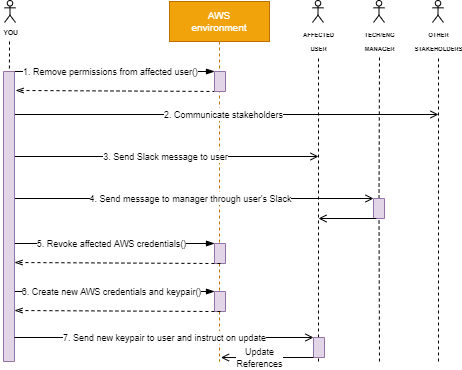
Above: seqdiagram.png in aasitamk/aasitamk.github.io (draw.io), before the change. Source tidied: cells renumbered, new cells last; positions are measured from the earlier drawing's top-left corner, leaving out a move shared by most shapes. The source it was exported from:
```xml
<mxGraphModel>
  <root>
    <mxCell id="0" />
    <mxCell id="1" parent="0" />
    <mxCell id="2" value="&lt;font style=&quot;font-size: 9px&quot;&gt;6. Create new AWS credentials and keypair()&lt;/font&gt;" style="endArrow=blockThin;html=1;shadow=0;fontFamily=Helvetica;fontSize=11;fontColor=#000000;align=center;startSize=8;strokeColor=#000000;strokeWidth=1;entryX=0;entryY=1;entryDx=0;entryDy=0;endFill=1;" parent="1" edge="1" target="22">
      <mxGeometry relative="1" as="geometry">
        <mxPoint x="6" y="291" as="sourcePoint" />
      </mxGeometry>
    </mxCell>
    <mxCell id="3" style="endArrow=none;dashed=1;html=1;" parent="1" edge="1">
      <mxGeometry relative="1" as="geometry">
        <mxPoint x="315" y="361" as="sourcePoint" />
        <mxPoint x="315" y="55" as="targetPoint" />
      </mxGeometry>
    </mxCell>
    <mxCell id="4" value="AWS&#10;environment" style="shape=umlLifeline;perimeter=lifelinePerimeter;rounded=0;shadow=0;strokeWidth=1;fontSize=10;fillColor=#f0a30a;strokeColor=#BD7000;fontColor=#ffffff;" parent="1" vertex="1">
      <mxGeometry x="166" y="1" width="100" height="360" as="geometry" />
    </mxCell>
    <mxCell id="5" value="&lt;font style=&quot;font-size: 9px&quot;&gt;1. Remove permissions from affected user()&lt;/font&gt;" style="endArrow=blockThin;html=1;shadow=0;fontFamily=Helvetica;fontSize=10;fontColor=#000000;align=center;startSize=8;strokeColor=#000000;strokeWidth=1;entryX=0;entryY=1;entryDx=0;entryDy=0;endFill=1;" parent="1" edge="1" target="7">
      <mxGeometry relative="1" as="geometry">
        <mxPoint x="4" y="71" as="sourcePoint" />
      </mxGeometry>
    </mxCell>
    <mxCell id="6" style="endArrow=openThin;html=1;dashed=1;endFill=0;entryX=0.069;entryY=-0.02;entryDx=0;entryDy=0;entryPerimeter=0;" parent="1" edge="1">
      <mxGeometry relative="1" as="geometry">
        <mxPoint x="218" y="91" as="sourcePoint" />
        <mxPoint x="12.1" y="90" as="targetPoint" />
      </mxGeometry>
    </mxCell>
    <mxCell id="7" style="rounded=0;whiteSpace=wrap;html=1;direction=south;strokeWidth=1;fillColor=#e1d5e7;strokeColor=#9673a6;" parent="1" vertex="1">
      <mxGeometry x="211" y="71" width="11" height="20" as="geometry" />
    </mxCell>
    <mxCell id="8" style="endArrow=none;dashed=1;html=1;" parent="1" edge="1" target="15">
      <mxGeometry relative="1" as="geometry">
        <mxPoint x="6" y="41" as="sourcePoint" />
      </mxGeometry>
    </mxCell>
    <mxCell id="9" value="&lt;font style=&quot;font-size: 8px&quot;&gt;&lt;b style=&quot;font-size: 8px&quot;&gt;&lt;sup&gt;YOU&lt;/sup&gt;&lt;/b&gt;&lt;/font&gt;" style="shape=umlActor;verticalLabelPosition=bottom;verticalAlign=top;html=1;fontSize=8;" parent="1" vertex="1">
      <mxGeometry x="1" width="11" height="22" as="geometry" />
    </mxCell>
    <mxCell id="10" value="&lt;font style=&quot;font-size: 8px&quot;&gt;&lt;b style=&quot;font-size: 7px&quot;&gt;&lt;sup style=&quot;line-height: 100%&quot;&gt;AFFECTED&lt;br style=&quot;font-size: 7px&quot;&gt;USER&lt;/sup&gt;&lt;/b&gt;&lt;/font&gt;" style="shape=umlActor;verticalLabelPosition=bottom;verticalAlign=top;html=1;" parent="1" vertex="1">
      <mxGeometry x="309" width="11" height="22" as="geometry" />
    </mxCell>
    <mxCell id="11" value="&lt;font style=&quot;font-size: 9px&quot;&gt;2. Communicate stakeholders&lt;/font&gt;" style="endArrow=open;html=1;shadow=0;fontFamily=Helvetica;fontSize=11;fontColor=#000000;align=center;startSize=8;endFill=0;strokeColor=#000000;strokeWidth=1;" parent="1" edge="1">
      <mxGeometry relative="1" as="geometry">
        <mxPoint x="5" y="114" as="sourcePoint" />
        <mxPoint x="435" y="114" as="targetPoint" />
      </mxGeometry>
    </mxCell>
    <mxCell id="12" value="&lt;font style=&quot;font-size: 9px&quot;&gt;3. Send Slack message to user&lt;/font&gt;" style="endArrow=open;html=1;shadow=0;fontFamily=Helvetica;fontSize=11;fontColor=#000000;align=center;startSize=8;endFill=0;strokeColor=#000000;strokeWidth=1;" parent="1" edge="1">
      <mxGeometry relative="1" as="geometry">
        <mxPoint x="9" y="156" as="sourcePoint" />
        <mxPoint x="315" y="156" as="targetPoint" />
      </mxGeometry>
    </mxCell>
    <mxCell id="13" value="&lt;font style=&quot;font-size: 9px&quot;&gt;4. Send message to manager through user's Slack&lt;/font&gt;" style="endArrow=open;html=1;shadow=0;fontFamily=Helvetica;fontSize=11;fontColor=#000000;align=center;startSize=8;endFill=0;strokeColor=#000000;strokeWidth=1;" parent="1" edge="1">
      <mxGeometry relative="1" as="geometry">
        <mxPoint x="5" y="198" as="sourcePoint" />
        <mxPoint x="370" y="198" as="targetPoint" />
      </mxGeometry>
    </mxCell>
    <mxCell id="14" value="&lt;font style=&quot;font-size: 9px&quot;&gt;5. Revoke affected AWS credentials()&lt;/font&gt;" style="endArrow=blockThin;html=1;shadow=0;fontFamily=Helvetica;fontSize=11;fontColor=#000000;align=center;startSize=8;strokeColor=#000000;strokeWidth=1;endFill=1;" parent="1" edge="1">
      <mxGeometry relative="1" as="geometry">
        <mxPoint x="6" y="243" as="sourcePoint" />
        <mxPoint x="211" y="243" as="targetPoint" />
      </mxGeometry>
    </mxCell>
    <mxCell id="15" style="rounded=0;whiteSpace=wrap;html=1;direction=south;strokeWidth=1;fillColor=#e1d5e7;strokeColor=#9673a6;" parent="1" vertex="1">
      <mxGeometry y="71" width="11" height="290" as="geometry" />
    </mxCell>
    <mxCell id="16" style="endArrow=none;dashed=1;html=1;" parent="1" edge="1" source="26">
      <mxGeometry relative="1" as="geometry">
        <mxPoint x="376" y="55" as="targetPoint" />
      </mxGeometry>
    </mxCell>
    <mxCell id="17" value="&lt;span style=&quot;font-size: 5px&quot;&gt;&lt;b style=&quot;font-size: 7px&quot;&gt;&lt;sup&gt;TECH/ENG&lt;br style=&quot;font-size: 7px&quot;&gt;MANAGER&lt;/sup&gt;&lt;/b&gt;&lt;/span&gt;" style="shape=umlActor;verticalLabelPosition=bottom;verticalAlign=top;html=1;" parent="1" vertex="1">
      <mxGeometry x="370" width="11" height="22" as="geometry" />
    </mxCell>
    <mxCell id="18" style="endArrow=none;dashed=1;html=1;" parent="1" edge="1">
      <mxGeometry relative="1" as="geometry">
        <mxPoint x="435" y="361" as="sourcePoint" />
        <mxPoint x="435" y="55" as="targetPoint" />
      </mxGeometry>
    </mxCell>
    <mxCell id="19" value="&lt;span style=&quot;font-size: 6px&quot;&gt;&lt;b style=&quot;font-size: 7px&quot;&gt;&lt;sup&gt;OTHER&lt;br style=&quot;font-size: 7px&quot;&gt;STAKEHOLDERS&lt;/sup&gt;&lt;/b&gt;&lt;/span&gt;" style="shape=umlActor;verticalLabelPosition=bottom;verticalAlign=top;html=1;" parent="1" vertex="1">
      <mxGeometry x="429" width="11" height="22" as="geometry" />
    </mxCell>
    <mxCell id="20" style="rounded=0;whiteSpace=wrap;html=1;direction=south;strokeWidth=1;fillColor=#e1d5e7;strokeColor=#9673a6;" parent="1" vertex="1">
      <mxGeometry x="211" y="243" width="11" height="20" as="geometry" />
    </mxCell>
    <mxCell id="21" style="endArrow=openThin;html=1;dashed=1;endFill=0;entryX=0.069;entryY=-0.02;entryDx=0;entryDy=0;entryPerimeter=0;" parent="1" edge="1">
      <mxGeometry relative="1" as="geometry">
        <mxPoint x="216.9" y="263" as="sourcePoint" />
        <mxPoint x="11" y="262" as="targetPoint" />
      </mxGeometry>
    </mxCell>
    <mxCell id="22" style="rounded=0;whiteSpace=wrap;html=1;direction=south;strokeWidth=1;fillColor=#e1d5e7;strokeColor=#9673a6;" parent="1" vertex="1">
      <mxGeometry x="211" y="291" width="11" height="20" as="geometry" />
    </mxCell>
    <mxCell id="23" style="endArrow=openThin;html=1;dashed=1;endFill=0;entryX=0.069;entryY=-0.02;entryDx=0;entryDy=0;entryPerimeter=0;" parent="1" edge="1">
      <mxGeometry relative="1" as="geometry">
        <mxPoint x="216.9" y="311" as="sourcePoint" />
        <mxPoint x="11" y="310" as="targetPoint" />
      </mxGeometry>
    </mxCell>
    <mxCell id="24" value="&lt;font style=&quot;font-size: 9px&quot;&gt;7. Send new keypair to user and instruct on update&lt;/font&gt;" style="endArrow=open;html=1;shadow=0;fontFamily=Helvetica;fontSize=11;fontColor=#000000;align=center;startSize=8;endFill=0;strokeColor=#000000;strokeWidth=1;entryX=0;entryY=1;entryDx=0;entryDy=0;" parent="1" edge="1" target="25">
      <mxGeometry relative="1" as="geometry">
        <mxPoint x="11" y="337" as="sourcePoint" />
      </mxGeometry>
    </mxCell>
    <mxCell id="25" style="rounded=0;whiteSpace=wrap;html=1;direction=south;strokeWidth=1;fillColor=#e1d5e7;strokeColor=#9673a6;" parent="1" vertex="1">
      <mxGeometry x="310" y="337" width="11" height="20" as="geometry" />
    </mxCell>
    <mxCell id="26" style="rounded=0;whiteSpace=wrap;html=1;direction=south;strokeWidth=1;fillColor=#e1d5e7;strokeColor=#9673a6;" parent="1" vertex="1">
      <mxGeometry x="370" y="198" width="11" height="20" as="geometry" />
    </mxCell>
    <mxCell id="27" style="endArrow=none;dashed=1;html=1;" parent="1" edge="1" target="26">
      <mxGeometry relative="1" as="geometry">
        <mxPoint x="376" y="361" as="sourcePoint" />
      </mxGeometry>
    </mxCell>
    <mxCell id="28" style="endArrow=open;html=1;fontSize=10;align=right;exitX=1;exitY=0.75;exitDx=0;exitDy=0;endFill=0;" parent="1" edge="1" source="26">
      <mxGeometry relative="1" as="geometry">
        <mxPoint x="315" y="218" as="targetPoint" />
      </mxGeometry>
    </mxCell>
    <mxCell id="29" value="&lt;font style=&quot;font-size: 9px&quot;&gt;Update&lt;br&gt;References&lt;/font&gt;" style="endArrow=open;html=1;fontSize=10;align=center;exitX=1;exitY=0.75;exitDx=0;exitDy=0;endFill=0;entryX=0.514;entryY=0.989;entryDx=0;entryDy=0;entryPerimeter=0;" parent="1" edge="1" target="4">
      <mxGeometry x="0.18" relative="1" as="geometry">
        <mxPoint x="310" y="357" as="sourcePoint" />
      </mxGeometry>
    </mxCell>
  </root>
</mxGraphModel>
```
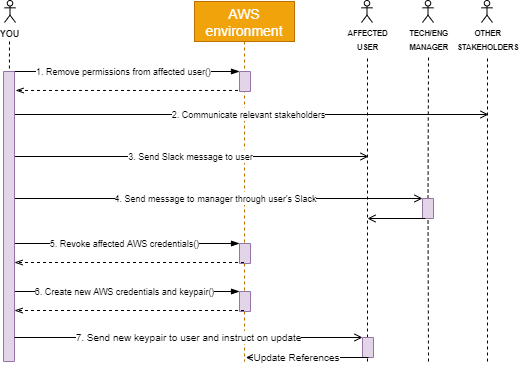
Above is the later version.

What changed in the source:
```diff
@@ -9,60 +9,57 @@
     </mxCell>
     <mxCell id="3" style="endArrow=none;dashed=1;html=1;" parent="1" edge="1">
       <mxGeometry relative="1" as="geometry">
-        <mxPoint x="315" y="361" as="sourcePoint" />
-        <mxPoint x="315" y="55" as="targetPoint" />
+        <mxPoint x="364" y="361" as="sourcePoint" />
+        <mxPoint x="364" y="55" as="targetPoint" />
       </mxGeometry>
     </mxCell>
-    <mxCell id="4" value="AWS&#10;environment" style="shape=umlLifeline;perimeter=lifelinePerimeter;rounded=0;shadow=0;strokeWidth=1;fontSize=10;fillColor=#f0a30a;strokeColor=#BD7000;fontColor=#ffffff;" parent="1" vertex="1">
-      <mxGeometry x="166" y="1" width="100" height="360" as="geometry" />
+    <mxCell id="4" value="AWS&#10;environment" style="shape=umlLifeline;perimeter=lifelinePerimeter;rounded=0;shadow=0;strokeWidth=1;fontSize=14;fillColor=#f0a30a;strokeColor=#BD7000;fontColor=#ffffff;" parent="1" vertex="1">
+      <mxGeometry x="191" y="1" width="100" height="360" as="geometry" />
     </mxCell>
     <mxCell id="5" value="&lt;font style=&quot;font-size: 9px&quot;&gt;1. Remove permissions from affected user()&lt;/font&gt;" style="endArrow=blockThin;html=1;shadow=0;fontFamily=Helvetica;fontSize=10;fontColor=#000000;align=center;startSize=8;strokeColor=#000000;strokeWidth=1;entryX=0;entryY=1;entryDx=0;entryDy=0;endFill=1;" parent="1" edge="1" target="7">
       <mxGeometry relative="1" as="geometry">
         <mxPoint x="4" y="71" as="sourcePoint" />
       </mxGeometry>
     </mxCell>
-    <mxCell id="6" style="endArrow=openThin;html=1;dashed=1;endFill=0;entryX=0.069;entryY=-0.02;entryDx=0;entryDy=0;entryPerimeter=0;" parent="1" edge="1">
+    <mxCell id="6" style="endArrow=openThin;html=1;dashed=1;endFill=0;entryX=0.069;entryY=-0.02;entryDx=0;entryDy=0;entryPerimeter=0;" parent="1" edge="1" source="4">
       <mxGeometry relative="1" as="geometry">
-        <mxPoint x="218" y="91" as="sourcePoint" />
         <mxPoint x="12.1" y="90" as="targetPoint" />
       </mxGeometry>
     </mxCell>
     <mxCell id="7" style="rounded=0;whiteSpace=wrap;html=1;direction=south;strokeWidth=1;fillColor=#e1d5e7;strokeColor=#9673a6;" parent="1" vertex="1">
-      <mxGeometry x="211" y="71" width="11" height="20" as="geometry" />
+      <mxGeometry x="236" y="71" width="11" height="20" as="geometry" />
     </mxCell>
     <mxCell id="8" style="endArrow=none;dashed=1;html=1;" parent="1" edge="1" target="15">
       <mxGeometry relative="1" as="geometry">
         <mxPoint x="6" y="41" as="sourcePoint" />
       </mxGeometry>
     </mxCell>
-    <mxCell id="9" value="&lt;font style=&quot;font-size: 8px&quot;&gt;&lt;b style=&quot;font-size: 8px&quot;&gt;&lt;sup&gt;YOU&lt;/sup&gt;&lt;/b&gt;&lt;/font&gt;" style="shape=umlActor;verticalLabelPosition=bottom;verticalAlign=top;html=1;fontSize=8;" parent="1" vertex="1">
+    <mxCell id="9" value="&lt;b&gt;&lt;sup&gt;&lt;font style=&quot;font-size: 9px&quot;&gt;YOU&lt;/font&gt;&lt;/sup&gt;&lt;/b&gt;" style="shape=umlActor;verticalLabelPosition=bottom;verticalAlign=top;html=1;fontSize=8;" parent="1" vertex="1">
       <mxGeometry x="1" width="11" height="22" as="geometry" />
     </mxCell>
-    <mxCell id="10" value="&lt;font style=&quot;font-size: 8px&quot;&gt;&lt;b style=&quot;font-size: 7px&quot;&gt;&lt;sup style=&quot;line-height: 100%&quot;&gt;AFFECTED&lt;br style=&quot;font-size: 7px&quot;&gt;USER&lt;/sup&gt;&lt;/b&gt;&lt;/font&gt;" style="shape=umlActor;verticalLabelPosition=bottom;verticalAlign=top;html=1;" parent="1" vertex="1">
-      <mxGeometry x="309" width="11" height="22" as="geometry" />
+    <mxCell id="10" value="&lt;font style=&quot;font-size: 8px&quot;&gt;&lt;b style=&quot;font-size: 9px&quot;&gt;&lt;sup style=&quot;line-height: 100%&quot;&gt;AFFECTED&lt;br style=&quot;font-size: 9px&quot;&gt;USER&lt;/sup&gt;&lt;/b&gt;&lt;/font&gt;" style="shape=umlActor;verticalLabelPosition=bottom;verticalAlign=top;html=1;" parent="1" vertex="1">
+      <mxGeometry x="358" width="11" height="22" as="geometry" />
     </mxCell>
-    <mxCell id="11" value="&lt;font style=&quot;font-size: 9px&quot;&gt;2. Communicate stakeholders&lt;/font&gt;" style="endArrow=open;html=1;shadow=0;fontFamily=Helvetica;fontSize=11;fontColor=#000000;align=center;startSize=8;endFill=0;strokeColor=#000000;strokeWidth=1;" parent="1" edge="1">
+    <mxCell id="11" value="&lt;font style=&quot;font-size: 9px&quot;&gt;2. Communicate relevant stakeholders&lt;/font&gt;" style="endArrow=open;html=1;shadow=0;fontFamily=Helvetica;fontSize=11;fontColor=#000000;align=center;startSize=8;endFill=0;strokeColor=#000000;strokeWidth=1;" parent="1" edge="1">
       <mxGeometry relative="1" as="geometry">
         <mxPoint x="5" y="114" as="sourcePoint" />
-        <mxPoint x="435" y="114" as="targetPoint" />
+        <mxPoint x="485" y="114" as="targetPoint" />
       </mxGeometry>
     </mxCell>
     <mxCell id="12" value="&lt;font style=&quot;font-size: 9px&quot;&gt;3. Send Slack message to user&lt;/font&gt;" style="endArrow=open;html=1;shadow=0;fontFamily=Helvetica;fontSize=11;fontColor=#000000;align=center;startSize=8;endFill=0;strokeColor=#000000;strokeWidth=1;" parent="1" edge="1">
       <mxGeometry relative="1" as="geometry">
         <mxPoint x="9" y="156" as="sourcePoint" />
-        <mxPoint x="315" y="156" as="targetPoint" />
+        <mxPoint x="365" y="156" as="targetPoint" />
       </mxGeometry>
     </mxCell>
-    <mxCell id="13" value="&lt;font style=&quot;font-size: 9px&quot;&gt;4. Send message to manager through user's Slack&lt;/font&gt;" style="endArrow=open;html=1;shadow=0;fontFamily=Helvetica;fontSize=11;fontColor=#000000;align=center;startSize=8;endFill=0;strokeColor=#000000;strokeWidth=1;" parent="1" edge="1">
+    <mxCell id="13" value="&lt;font style=&quot;font-size: 9px&quot;&gt;4. Send message to manager through user's Slack&lt;/font&gt;" style="endArrow=open;html=1;shadow=0;fontFamily=Helvetica;fontSize=11;fontColor=#000000;align=center;startSize=8;endFill=0;strokeColor=#000000;strokeWidth=1;entryX=0;entryY=1;entryDx=0;entryDy=0;" parent="1" edge="1" target="26">
       <mxGeometry relative="1" as="geometry">
         <mxPoint x="5" y="198" as="sourcePoint" />
-        <mxPoint x="370" y="198" as="targetPoint" />
       </mxGeometry>
     </mxCell>
-    <mxCell id="14" value="&lt;font style=&quot;font-size: 9px&quot;&gt;5. Revoke affected AWS credentials()&lt;/font&gt;" style="endArrow=blockThin;html=1;shadow=0;fontFamily=Helvetica;fontSize=11;fontColor=#000000;align=center;startSize=8;strokeColor=#000000;strokeWidth=1;endFill=1;" parent="1" edge="1">
+    <mxCell id="14" value="&lt;font style=&quot;font-size: 9px&quot;&gt;5. Revoke affected AWS credentials()&lt;/font&gt;" style="endArrow=blockThin;html=1;shadow=0;fontFamily=Helvetica;fontSize=11;fontColor=#000000;align=center;startSize=8;strokeColor=#000000;strokeWidth=1;endFill=1;entryX=0;entryY=1;entryDx=0;entryDy=0;" parent="1" edge="1" target="20">
       <mxGeometry relative="1" as="geometry">
         <mxPoint x="6" y="243" as="sourcePoint" />
-        <mxPoint x="211" y="243" as="targetPoint" />
       </mxGeometry>
     </mxCell>
     <mxCell id="15" style="rounded=0;whiteSpace=wrap;html=1;direction=south;strokeWidth=1;fillColor=#e1d5e7;strokeColor=#9673a6;" parent="1" vertex="1">
@@ -70,63 +67,61 @@
     </mxCell>
     <mxCell id="16" style="endArrow=none;dashed=1;html=1;" parent="1" edge="1" source="26">
       <mxGeometry relative="1" as="geometry">
-        <mxPoint x="376" y="55" as="targetPoint" />
+        <mxPoint x="425" y="55" as="targetPoint" />
       </mxGeometry>
     </mxCell>
-    <mxCell id="17" value="&lt;span style=&quot;font-size: 5px&quot;&gt;&lt;b style=&quot;font-size: 7px&quot;&gt;&lt;sup&gt;TECH/ENG&lt;br style=&quot;font-size: 7px&quot;&gt;MANAGER&lt;/sup&gt;&lt;/b&gt;&lt;/span&gt;" style="shape=umlActor;verticalLabelPosition=bottom;verticalAlign=top;html=1;" parent="1" vertex="1">
-      <mxGeometry x="370" width="11" height="22" as="geometry" />
+    <mxCell id="17" value="&lt;span style=&quot;font-size: 5px&quot;&gt;&lt;b style=&quot;font-size: 9px&quot;&gt;&lt;sup&gt;TECH/ENG&lt;br style=&quot;font-size: 9px&quot;&gt;MANAGER&lt;/sup&gt;&lt;/b&gt;&lt;/span&gt;" style="shape=umlActor;verticalLabelPosition=bottom;verticalAlign=top;html=1;" parent="1" vertex="1">
+      <mxGeometry x="419" width="11" height="22" as="geometry" />
     </mxCell>
     <mxCell id="18" style="endArrow=none;dashed=1;html=1;" parent="1" edge="1">
       <mxGeometry relative="1" as="geometry">
-        <mxPoint x="435" y="361" as="sourcePoint" />
-        <mxPoint x="435" y="55" as="targetPoint" />
+        <mxPoint x="484" y="361" as="sourcePoint" />
+        <mxPoint x="484" y="55" as="targetPoint" />
       </mxGeometry>
     </mxCell>
-    <mxCell id="19" value="&lt;span style=&quot;font-size: 6px&quot;&gt;&lt;b style=&quot;font-size: 7px&quot;&gt;&lt;sup&gt;OTHER&lt;br style=&quot;font-size: 7px&quot;&gt;STAKEHOLDERS&lt;/sup&gt;&lt;/b&gt;&lt;/span&gt;" style="shape=umlActor;verticalLabelPosition=bottom;verticalAlign=top;html=1;" parent="1" vertex="1">
-      <mxGeometry x="429" width="11" height="22" as="geometry" />
+    <mxCell id="19" value="&lt;span style=&quot;font-size: 6px&quot;&gt;&lt;b style=&quot;font-size: 9px&quot;&gt;&lt;sup&gt;OTHER&lt;br style=&quot;font-size: 9px&quot;&gt;STAKEHOLDERS&lt;/sup&gt;&lt;/b&gt;&lt;/span&gt;" style="shape=umlActor;verticalLabelPosition=bottom;verticalAlign=top;html=1;" parent="1" vertex="1">
+      <mxGeometry x="478" width="11" height="22" as="geometry" />
     </mxCell>
     <mxCell id="20" style="rounded=0;whiteSpace=wrap;html=1;direction=south;strokeWidth=1;fillColor=#e1d5e7;strokeColor=#9673a6;" parent="1" vertex="1">
-      <mxGeometry x="211" y="243" width="11" height="20" as="geometry" />
+      <mxGeometry x="236" y="243" width="11" height="20" as="geometry" />
     </mxCell>
-    <mxCell id="21" style="endArrow=openThin;html=1;dashed=1;endFill=0;entryX=0.069;entryY=-0.02;entryDx=0;entryDy=0;entryPerimeter=0;" parent="1" edge="1">
+    <mxCell id="21" style="endArrow=openThin;html=1;dashed=1;endFill=0;entryX=0.069;entryY=-0.02;entryDx=0;entryDy=0;entryPerimeter=0;" parent="1" edge="1" source="4">
       <mxGeometry relative="1" as="geometry">
-        <mxPoint x="216.9" y="263" as="sourcePoint" />
         <mxPoint x="11" y="262" as="targetPoint" />
       </mxGeometry>
     </mxCell>
     <mxCell id="22" style="rounded=0;whiteSpace=wrap;html=1;direction=south;strokeWidth=1;fillColor=#e1d5e7;strokeColor=#9673a6;" parent="1" vertex="1">
-      <mxGeometry x="211" y="291" width="11" height="20" as="geometry" />
+      <mxGeometry x="236" y="291" width="11" height="20" as="geometry" />
     </mxCell>
-    <mxCell id="23" style="endArrow=openThin;html=1;dashed=1;endFill=0;entryX=0.069;entryY=-0.02;entryDx=0;entryDy=0;entryPerimeter=0;" parent="1" edge="1">
+    <mxCell id="23" style="endArrow=openThin;html=1;dashed=1;endFill=0;entryX=0.069;entryY=-0.02;entryDx=0;entryDy=0;entryPerimeter=0;" parent="1" edge="1" source="4">
       <mxGeometry relative="1" as="geometry">
-        <mxPoint x="216.9" y="311" as="sourcePoint" />
         <mxPoint x="11" y="310" as="targetPoint" />
       </mxGeometry>
     </mxCell>
-    <mxCell id="24" value="&lt;font style=&quot;font-size: 9px&quot;&gt;7. Send new keypair to user and instruct on update&lt;/font&gt;" style="endArrow=open;html=1;shadow=0;fontFamily=Helvetica;fontSize=11;fontColor=#000000;align=center;startSize=8;endFill=0;strokeColor=#000000;strokeWidth=1;entryX=0;entryY=1;entryDx=0;entryDy=0;" parent="1" edge="1" target="25">
+    <mxCell id="24" value="&lt;font style=&quot;font-size: 10px&quot;&gt;7. Send new keypair to user and instruct on update&lt;/font&gt;" style="endArrow=open;html=1;shadow=0;fontFamily=Helvetica;fontSize=11;fontColor=#000000;align=center;startSize=8;endFill=0;strokeColor=#000000;strokeWidth=1;entryX=0;entryY=1;entryDx=0;entryDy=0;" parent="1" edge="1" target="25">
       <mxGeometry relative="1" as="geometry">
         <mxPoint x="11" y="337" as="sourcePoint" />
       </mxGeometry>
     </mxCell>
     <mxCell id="25" style="rounded=0;whiteSpace=wrap;html=1;direction=south;strokeWidth=1;fillColor=#e1d5e7;strokeColor=#9673a6;" parent="1" vertex="1">
-      <mxGeometry x="310" y="337" width="11" height="20" as="geometry" />
+      <mxGeometry x="359" y="337" width="11" height="20" as="geometry" />
     </mxCell>
     <mxCell id="26" style="rounded=0;whiteSpace=wrap;html=1;direction=south;strokeWidth=1;fillColor=#e1d5e7;strokeColor=#9673a6;" parent="1" vertex="1">
-      <mxGeometry x="370" y="198" width="11" height="20" as="geometry" />
+      <mxGeometry x="419" y="198" width="11" height="20" as="geometry" />
     </mxCell>
     <mxCell id="27" style="endArrow=none;dashed=1;html=1;" parent="1" edge="1" target="26">
       <mxGeometry relative="1" as="geometry">
-        <mxPoint x="376" y="361" as="sourcePoint" />
+        <mxPoint x="425" y="361" as="sourcePoint" />
       </mxGeometry>
     </mxCell>
     <mxCell id="28" style="endArrow=open;html=1;fontSize=10;align=right;exitX=1;exitY=0.75;exitDx=0;exitDy=0;endFill=0;" parent="1" edge="1" source="26">
       <mxGeometry relative="1" as="geometry">
-        <mxPoint x="315" y="218" as="targetPoint" />
+        <mxPoint x="364" y="218" as="targetPoint" />
       </mxGeometry>
     </mxCell>
-    <mxCell id="29" value="&lt;font style=&quot;font-size: 9px&quot;&gt;Update&lt;br&gt;References&lt;/font&gt;" style="endArrow=open;html=1;fontSize=10;align=center;exitX=1;exitY=0.75;exitDx=0;exitDy=0;endFill=0;entryX=0.514;entryY=0.989;entryDx=0;entryDy=0;entryPerimeter=0;" parent="1" edge="1" target="4">
+    <mxCell id="29" value="&lt;div&gt;Update References&lt;/div&gt;" style="endArrow=open;html=1;fontSize=10;align=center;endFill=0;entryX=0.514;entryY=0.989;entryDx=0;entryDy=0;entryPerimeter=0;" parent="1" edge="1" target="4">
       <mxGeometry x="0.18" relative="1" as="geometry">
-        <mxPoint x="310" y="357" as="sourcePoint" />
+        <mxPoint x="365" y="357" as="sourcePoint" />
       </mxGeometry>
     </mxCell>
   </root>
```
